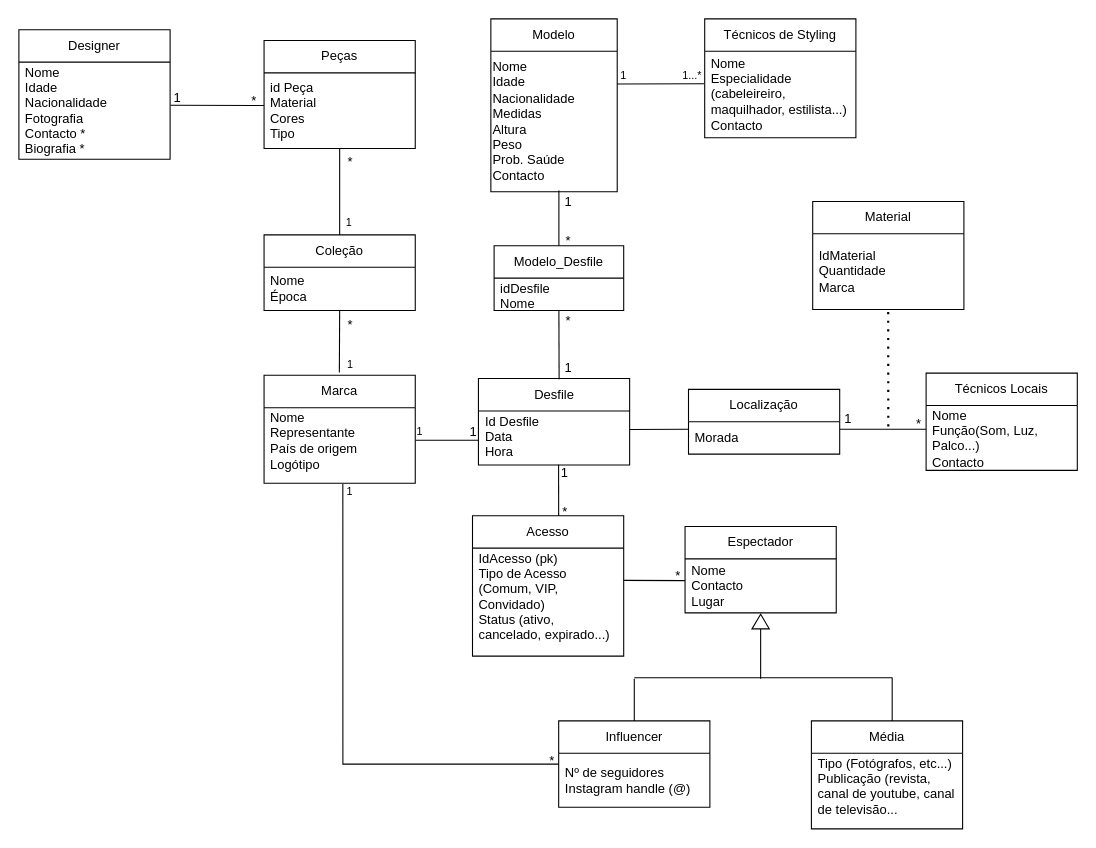
le0nor/BD2425-707 keeps this draw.io diagram as uml_database.drawio. Above is the earlier version. Source tidied: cells renumbered, new cells numbered last; positions are measured from the earlier drawing's top-left corner, leaving out a move shared by most shapes. Both pictures are drawn from the tidied source at 108%, with x=0, y=0 at pixel (18, 18).
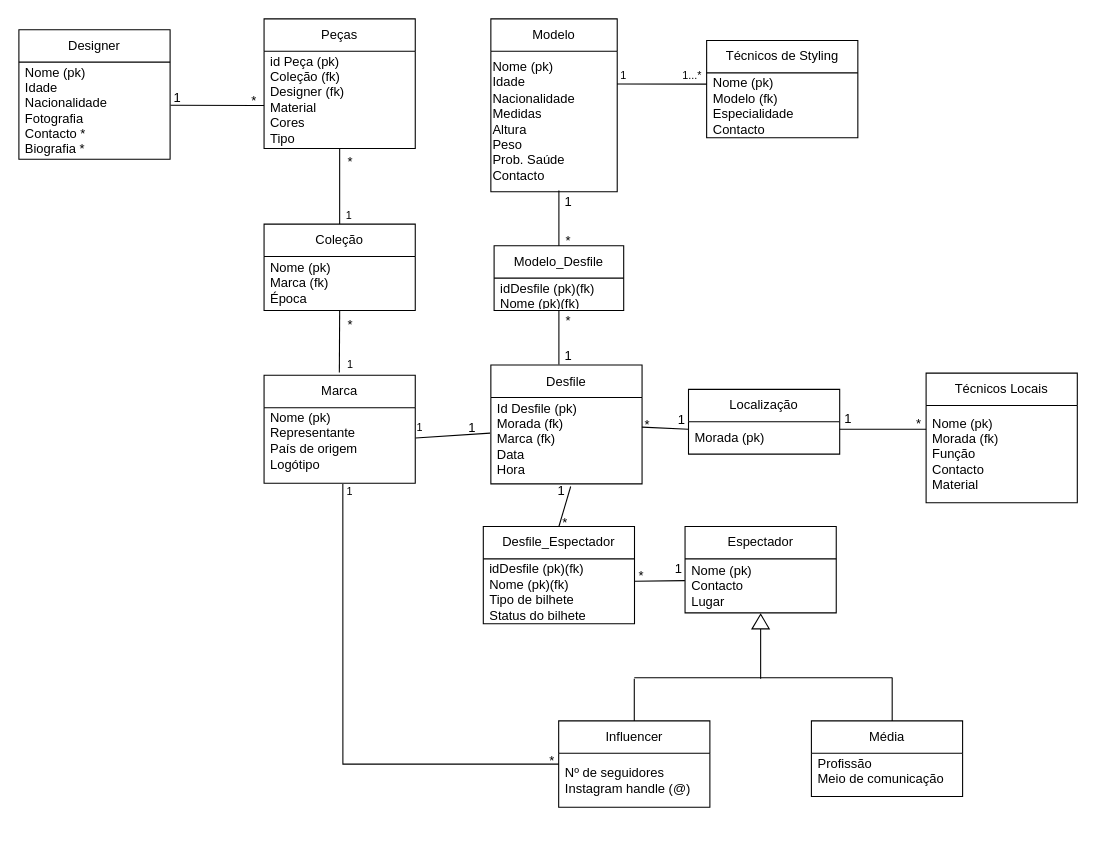
The same diagram, later.

Unchanged cells that the change refers to:
```xml
<mxCell id="2" value="Marca" style="swimlane;fontStyle=0;horizontal=1;startSize=30;whiteSpace=wrap;html=1;" parent="1" vertex="1">
  <mxGeometry x="227" y="330" width="140" height="100" as="geometry" />
</mxCell>
<mxCell id="10" value="Designer" style="swimlane;fontStyle=0;horizontal=1;startSize=30;whiteSpace=wrap;html=1;" parent="1" vertex="1">
  <mxGeometry y="10" width="140" height="120" as="geometry" />
</mxCell>
<mxCell id="31" value="Modelo" style="swimlane;fontStyle=0;horizontal=1;startSize=30;whiteSpace=wrap;html=1;" parent="1" vertex="1">
  <mxGeometry x="437" width="117" height="160" as="geometry" />
</mxCell>
<mxCell id="34" value="Espectador" style="swimlane;fontStyle=0;horizontal=1;startSize=30;whiteSpace=wrap;html=1;" parent="1" vertex="1">
  <mxGeometry x="616.8" y="470" width="140" height="80" as="geometry" />
</mxCell>
<mxCell id="48" value="&lt;span style=&quot;font-size: 10px;&quot;&gt;1...*&lt;/span&gt;" style="text;html=1;align=center;verticalAlign=middle;whiteSpace=wrap;rounded=0;" parent="1" vertex="1">
  <mxGeometry x="614.8" y="48" width="17" height="8" as="geometry" />
</mxCell>
<mxCell id="53" value="Modelo_Desfile" style="swimlane;fontStyle=0;horizontal=1;startSize=30;whiteSpace=wrap;html=1;" parent="1" vertex="1">
  <mxGeometry x="440" y="210" width="120" height="60" as="geometry" />
</mxCell>
<mxCell id="64" value="Localização" style="swimlane;fontStyle=0;horizontal=1;startSize=30;whiteSpace=wrap;html=1;" parent="1" vertex="1">
  <mxGeometry x="620" y="343" width="140" height="60" as="geometry" />
</mxCell>
```

Change to the diagram source:
```diff
@@
-    <mxCell id="3" value="Nome&lt;div&gt;Representante&amp;nbsp;&lt;/div&gt;&lt;div&gt;País de origem&lt;/div&gt;&lt;div&gt;Logótipo&lt;/div&gt;&lt;div&gt;&lt;br&gt;&lt;/div&gt;" style="text;strokeColor=none;fillColor=none;align=left;verticalAlign=middle;spacingLeft=4;spacingRight=4;overflow=hidden;points=[[0,0.5],[1,0.5]];portConstraint=eastwest;whiteSpace=wrap;html=1;" parent="2" vertex="1">
+    <mxCell id="3" value="Nome (pk)&lt;div&gt;Representante&amp;nbsp;&lt;/div&gt;&lt;div&gt;País de origem&lt;/div&gt;&lt;div&gt;Logótipo&lt;/div&gt;&lt;div&gt;&lt;br&gt;&lt;/div&gt;" style="text;strokeColor=none;fillColor=none;align=left;verticalAlign=middle;spacingLeft=4;spacingRight=4;overflow=hidden;points=[[0,0.5],[1,0.5]];portConstraint=eastwest;whiteSpace=wrap;html=1;" parent="2" vertex="1">
       <mxGeometry y="30" width="140" height="70" as="geometry" />
     </mxCell>
     <mxCell id="4" value="Desfile" style="swimlane;fontStyle=0;horizontal=1;startSize=30;whiteSpace=wrap;html=1;" parent="1" vertex="1">
-      <mxGeometry x="425.5" y="333" width="140" height="80" as="geometry" />
+      <mxGeometry x="437" y="320.5" width="140" height="110" as="geometry" />
     </mxCell>
-    <mxCell id="5" value="&lt;div&gt;&lt;span style=&quot;background-color: initial;&quot;&gt;Id Desfile&lt;/span&gt;&lt;br&gt;&lt;/div&gt;Data&amp;nbsp;&lt;div&gt;Hora&lt;/div&gt;&lt;div&gt;&lt;br&gt;&lt;/div&gt;" style="text;strokeColor=none;fillColor=none;align=left;verticalAlign=middle;spacingLeft=4;spacingRight=4;overflow=hidden;points=[[0,0.5],[1,0.5]];portConstraint=eastwest;whiteSpace=wrap;html=1;" parent="4" vertex="1">
-      <mxGeometry y="30" width="140" height="50" as="geometry" />
+    <mxCell id="5" value="&lt;div&gt;&lt;span style=&quot;background-color: initial;&quot;&gt;Id Desfile (pk&lt;/span&gt;&lt;span style=&quot;background-color: initial;&quot;&gt;)&lt;/span&gt;&lt;/div&gt;&lt;div&gt;&lt;span style=&quot;background-color: initial;&quot;&gt;Morada (fk)&lt;/span&gt;&lt;/div&gt;&lt;div&gt;&lt;span style=&quot;background-color: initial;&quot;&gt;Marca (fk)&lt;/span&gt;&lt;/div&gt;Data&amp;nbsp;&lt;div&gt;Hora&lt;/div&gt;&lt;div&gt;&lt;br&gt;&lt;/div&gt;" style="text;strokeColor=none;fillColor=none;align=left;verticalAlign=middle;spacingLeft=4;spacingRight=4;overflow=hidden;points=[[0,0.5],[1,0.5]];portConstraint=eastwest;whiteSpace=wrap;html=1;" parent="4" vertex="1">
+      <mxGeometry y="30" width="140" height="80" as="geometry" />
     </mxCell>
     <mxCell id="6" value="Coleção" style="swimlane;fontStyle=0;horizontal=1;startSize=30;whiteSpace=wrap;html=1;" parent="1" vertex="1">
-      <mxGeometry x="227" y="200" width="140" height="70" as="geometry" />
+      <mxGeometry x="227" y="190" width="140" height="80" as="geometry" />
     </mxCell>
-    <mxCell id="7" value="Nome&lt;div&gt;Época&lt;/div&gt;" style="text;strokeColor=none;fillColor=none;align=left;verticalAlign=middle;spacingLeft=4;spacingRight=4;overflow=hidden;whiteSpace=wrap;html=1;" parent="6" vertex="1">
-      <mxGeometry y="30" width="140" height="40" as="geometry" />
+    <mxCell id="7" value="Nome (pk)&lt;div&gt;Marca (fk)&lt;br&gt;&lt;div&gt;Época&lt;/div&gt;&lt;/div&gt;" style="text;strokeColor=none;fillColor=none;align=left;verticalAlign=middle;spacingLeft=4;spacingRight=4;overflow=hidden;whiteSpace=wrap;html=1;" parent="6" vertex="1">
+      <mxGeometry y="30" width="140" height="50" as="geometry" />
     </mxCell>
     <mxCell id="8" value="Peças" style="swimlane;fontStyle=0;horizontal=1;startSize=30;whiteSpace=wrap;html=1;" parent="1" vertex="1">
-      <mxGeometry x="227" y="20" width="140" height="100" as="geometry" />
+      <mxGeometry x="227" width="140" height="120" as="geometry" />
     </mxCell>
-    <mxCell id="9" value="id Peça&lt;div&gt;Material&amp;nbsp;&lt;/div&gt;&lt;div&gt;Cores&amp;nbsp;&lt;/div&gt;&lt;div&gt;Tipo&lt;/div&gt;" style="text;strokeColor=none;fillColor=none;align=left;verticalAlign=middle;spacingLeft=4;spacingRight=4;overflow=hidden;whiteSpace=wrap;html=1;" parent="8" vertex="1">
-      <mxGeometry y="30" width="140" height="70" as="geometry" />
+    <mxCell id="9" value="id Peça (pk)&lt;div&gt;Coleção (fk)&lt;/div&gt;&lt;div&gt;Designer (fk)&lt;br&gt;&lt;div&gt;Material&amp;nbsp;&lt;/div&gt;&lt;div&gt;Cores&amp;nbsp;&lt;/div&gt;&lt;div&gt;Tipo&lt;/div&gt;&lt;/div&gt;" style="text;strokeColor=none;fillColor=none;align=left;verticalAlign=middle;spacingLeft=4;spacingRight=4;overflow=hidden;whiteSpace=wrap;html=1;" parent="8" vertex="1">
+      <mxGeometry y="30" width="140" height="90" as="geometry" />
     </mxCell>
@@
-    <mxCell id="11" value="Nome&lt;div&gt;Idade&lt;/div&gt;&lt;div&gt;Nacionalidade&lt;/div&gt;&lt;div&gt;Fotografia&lt;/div&gt;&lt;div&gt;Contacto *&lt;/div&gt;&lt;div&gt;Biografia *&lt;/div&gt;" style="text;strokeColor=none;fillColor=none;align=left;verticalAlign=middle;spacingLeft=4;spacingRight=4;overflow=hidden;points=[[0,0.5],[1,0.5]];portConstraint=eastwest;whiteSpace=wrap;html=1;" parent="10" vertex="1">
+    <mxCell id="11" value="Nome (pk)&lt;div&gt;Idade&lt;/div&gt;&lt;div&gt;Nacionalidade&lt;/div&gt;&lt;div&gt;Fotografia&lt;/div&gt;&lt;div&gt;Contacto *&lt;/div&gt;&lt;div&gt;Biografia *&lt;/div&gt;" style="text;strokeColor=none;fillColor=none;align=left;verticalAlign=middle;spacingLeft=4;spacingRight=4;overflow=hidden;points=[[0,0.5],[1,0.5]];portConstraint=eastwest;whiteSpace=wrap;html=1;" parent="10" vertex="1">
       <mxGeometry y="30" width="140" height="90" as="geometry" />
     </mxCell>
@@
     <mxCell id="14" value="Técnicos de Styling" style="swimlane;fontStyle=0;horizontal=1;startSize=30;whiteSpace=wrap;html=1;" parent="1" vertex="1">
-      <mxGeometry x="635" width="140" height="110" as="geometry" />
+      <mxGeometry x="636.8" y="20" width="140" height="90" as="geometry" />
     </mxCell>
-    <mxCell id="15" value="Nome&lt;div&gt;Especialidade (cabeleireiro, maquilhador, estilista...)&lt;/div&gt;&lt;div&gt;Contacto&lt;/div&gt;" style="text;strokeColor=none;fillColor=none;align=left;verticalAlign=middle;spacingLeft=4;spacingRight=4;overflow=hidden;whiteSpace=wrap;html=1;" parent="14" vertex="1">
-      <mxGeometry y="30" width="140" height="80" as="geometry" />
+    <mxCell id="15" value="Nome (pk)&lt;div&gt;Modelo (fk)&lt;br&gt;&lt;div&gt;Especialidade&lt;/div&gt;&lt;div&gt;Contacto&lt;/div&gt;&lt;/div&gt;" style="text;strokeColor=none;fillColor=none;align=left;verticalAlign=middle;spacingLeft=4;spacingRight=4;overflow=hidden;whiteSpace=wrap;html=1;" parent="14" vertex="1">
+      <mxGeometry y="30" width="140" height="60" as="geometry" />
     </mxCell>
-    <mxCell id="16" style="endArrow=none;html=1;rounded=0;exitX=1.002;exitY=0.345;exitDx=0;exitDy=0;entryX=0;entryY=0.543;entryDx=0;entryDy=0;entryPerimeter=0;exitPerimeter=0;" parent="1" edge="1" target="5">
+    <mxCell id="16" style="endArrow=none;html=1;rounded=0;exitX=1.002;exitY=0.345;exitDx=0;exitDy=0;entryX=-0.005;entryY=0.413;entryDx=0;entryDy=0;entryPerimeter=0;exitPerimeter=0;" parent="1" edge="1" target="5">
       <mxGeometry relative="1" as="geometry">
-        <mxPoint x="367.3" y="390.1" as="sourcePoint" />
+        <mxPoint x="367.3" y="388.1" as="sourcePoint" />
       </mxGeometry>
     </mxCell>
@@
     <mxCell id="23" value="Média" style="swimlane;fontStyle=0;horizontal=1;startSize=30;whiteSpace=wrap;html=1;" parent="1" vertex="1">
-      <mxGeometry x="733.8" y="650" width="140" height="100" as="geometry" />
+      <mxGeometry x="733.8" y="650" width="140" height="70" as="geometry" />
     </mxCell>
-    <mxCell id="24" value="&lt;div&gt;&lt;span style=&quot;background-color: initial;&quot;&gt;Tipo (Fotógrafos, etc...)&lt;/span&gt;&lt;br&gt;&lt;/div&gt;&lt;div&gt;&lt;div&gt;Publicação (revista, canal de youtube, canal de televisão...&lt;/div&gt;&lt;div&gt;&lt;br&gt;&lt;/div&gt;&lt;/div&gt;" style="text;strokeColor=none;fillColor=none;align=left;verticalAlign=middle;spacingLeft=4;spacingRight=4;overflow=hidden;whiteSpace=wrap;html=1;" parent="23" vertex="1">
-      <mxGeometry y="30" width="140" height="70" as="geometry" />
+    <mxCell id="24" value="&lt;div&gt;Profissão&lt;/div&gt;&lt;div&gt;Meio de comunicação&lt;/div&gt;&lt;div&gt;&lt;div&gt;&lt;br&gt;&lt;/div&gt;&lt;/div&gt;" style="text;strokeColor=none;fillColor=none;align=left;verticalAlign=middle;spacingLeft=4;spacingRight=4;overflow=hidden;whiteSpace=wrap;html=1;" parent="23" vertex="1">
+      <mxGeometry y="30" width="140" height="40" as="geometry" />
     </mxCell>
-    <mxCell id="25" value="Acesso" style="swimlane;fontStyle=0;horizontal=1;startSize=30;whiteSpace=wrap;html=1;" parent="1" vertex="1">
-      <mxGeometry x="420" y="460" width="140" height="130" as="geometry" />
+    <mxCell id="25" value="Desfile_Espectador" style="swimlane;fontStyle=0;horizontal=1;startSize=30;whiteSpace=wrap;html=1;" parent="1" vertex="1">
+      <mxGeometry x="430" y="470" width="140" height="90" as="geometry" />
     </mxCell>
-    <mxCell id="26" value="IdAcesso (pk)&lt;div&gt;Tipo de Acesso (Comum, VIP, Convidado)&lt;/div&gt;&lt;div&gt;Status (ativo, cancelado, expirado...)&lt;/div&gt;&lt;div&gt;&lt;br&gt;&lt;/div&gt;" style="text;strokeColor=none;fillColor=none;align=left;verticalAlign=middle;spacingLeft=4;spacingRight=4;overflow=hidden;points=[[0,0.5],[1,0.5]];portConstraint=eastwest;whiteSpace=wrap;html=1;" parent="25" vertex="1">
-      <mxGeometry y="30" width="140" height="100" as="geometry" />
+    <mxCell id="26" value="&lt;div&gt;idDesfile (pk)(fk)&lt;/div&gt;&lt;div&gt;Nome (pk)(fk)&lt;/div&gt;&lt;div&gt;Tipo de bilhete&lt;/div&gt;&lt;div&gt;Status do bilhete&lt;/div&gt;" style="text;strokeColor=none;fillColor=none;align=left;verticalAlign=middle;spacingLeft=4;spacingRight=4;overflow=hidden;points=[[0,0.5],[1,0.5]];portConstraint=eastwest;whiteSpace=wrap;html=1;" parent="25" vertex="1">
+      <mxGeometry y="30" width="140" height="60" as="geometry" />
     </mxCell>
     <mxCell id="27" value="Técnicos Locais" style="swimlane;fontStyle=0;horizontal=1;startSize=30;whiteSpace=wrap;html=1;" parent="1" vertex="1">
-      <mxGeometry x="840" y="328" width="140" height="90" as="geometry" />
+      <mxGeometry x="840" y="328" width="140" height="120" as="geometry" />
     </mxCell>
-    <mxCell id="28" value="Nome&lt;div&gt;Função(Som, Luz, Palco...)&lt;/div&gt;&lt;div&gt;Contacto&lt;/div&gt;" style="text;strokeColor=none;fillColor=none;align=left;verticalAlign=middle;spacingLeft=4;spacingRight=4;overflow=hidden;whiteSpace=wrap;html=1;" parent="27" vertex="1">
-      <mxGeometry y="30" width="140" height="60" as="geometry" />
+    <mxCell id="28" value="Nome (pk)&lt;div&gt;Morada (fk)&lt;br&gt;&lt;div&gt;Função&lt;/div&gt;&lt;div&gt;Contacto&lt;/div&gt;&lt;div&gt;Material&lt;/div&gt;&lt;/div&gt;" style="text;strokeColor=none;fillColor=none;align=left;verticalAlign=middle;spacingLeft=4;spacingRight=4;overflow=hidden;whiteSpace=wrap;html=1;" parent="27" vertex="1">
+      <mxGeometry y="30" width="140" height="90" as="geometry" />
     </mxCell>
-    <mxCell id="29" value="Material" style="swimlane;fontStyle=0;horizontal=1;startSize=30;whiteSpace=wrap;html=1;" parent="1" vertex="1">
-      <mxGeometry x="735" y="169" width="140" height="100" as="geometry" />
-    </mxCell>
-    <mxCell id="30" value="IdMaterial&lt;div&gt;Quantidade&lt;/div&gt;&lt;div&gt;Marca&lt;/div&gt;" style="text;strokeColor=none;fillColor=none;align=left;verticalAlign=middle;spacingLeft=4;spacingRight=4;overflow=hidden;whiteSpace=wrap;html=1;" parent="29" vertex="1">
-      <mxGeometry y="30" width="140" height="70" as="geometry" />
-    </mxCell>
@@
-    <mxCell id="32" value="&lt;div style=&quot;&quot;&gt;Nome&lt;div&gt;Idade&amp;nbsp;&lt;/div&gt;&lt;div&gt;Nacionalidade&lt;/div&gt;&lt;div&gt;Medidas&lt;/div&gt;&lt;div&gt;Altura&amp;nbsp;&lt;/div&gt;&lt;div&gt;Peso&lt;/div&gt;&lt;div&gt;Prob. Saúde&lt;/div&gt;&lt;div&gt;Contacto&lt;/div&gt;&lt;/div&gt;" style="text;html=1;align=left;verticalAlign=middle;points=[];strokeColor=none;fillColor=none;" parent="31" vertex="1">
+    <mxCell id="32" value="&lt;div style=&quot;&quot;&gt;Nome (pk)&lt;div&gt;Idade&amp;nbsp;&lt;/div&gt;&lt;div&gt;Nacionalidade&lt;/div&gt;&lt;div&gt;Medidas&lt;/div&gt;&lt;div&gt;Altura&amp;nbsp;&lt;/div&gt;&lt;div&gt;Peso&lt;/div&gt;&lt;div&gt;Prob. Saúde&lt;/div&gt;&lt;div&gt;Contacto&lt;/div&gt;&lt;/div&gt;" style="text;html=1;align=left;verticalAlign=middle;points=[];strokeColor=none;fillColor=none;" parent="31" vertex="1">
       <mxGeometry y="30" width="117" height="130" as="geometry" />
     </mxCell>
@@
-    <mxCell id="35" value="Nome&lt;div&gt;Contacto&lt;/div&gt;&lt;div&gt;Lugar&lt;/div&gt;" style="text;strokeColor=none;fillColor=none;align=left;verticalAlign=middle;spacingLeft=4;spacingRight=4;overflow=hidden;points=[[0,0.5],[1,0.5]];portConstraint=eastwest;whiteSpace=wrap;html=1;" parent="34" vertex="1">
+    <mxCell id="35" value="Nome (pk)&lt;div&gt;Contacto&lt;/div&gt;&lt;div&gt;Lugar&lt;/div&gt;" style="text;strokeColor=none;fillColor=none;align=left;verticalAlign=middle;spacingLeft=4;spacingRight=4;overflow=hidden;points=[[0,0.5],[1,0.5]];portConstraint=eastwest;whiteSpace=wrap;html=1;" parent="34" vertex="1">
       <mxGeometry y="30" width="140" height="50" as="geometry" />
     </mxCell>
@@
     <mxCell id="38" value="*" style="text;html=1;align=center;verticalAlign=middle;whiteSpace=wrap;rounded=0;" parent="1" vertex="1">
-      <mxGeometry x="605" y="515" width="10.8" as="geometry" />
+      <mxGeometry x="571" y="515" width="10.8" as="geometry" />
     </mxCell>
@@
     <mxCell id="41" value="&lt;font style=&quot;font-size: 10px;&quot;&gt;1&lt;/font&gt;" style="text;html=1;align=center;verticalAlign=middle;whiteSpace=wrap;rounded=0;" parent="1" vertex="1">
-      <mxGeometry x="368" y="380.5" width="7" height="2" as="geometry" />
+      <mxGeometry x="368" y="376.5" width="7" height="2" as="geometry" />
     </mxCell>
@@
     <mxCell id="44" value="&lt;font style=&quot;font-size: 10px;&quot;&gt;1&lt;/font&gt;" style="text;html=1;align=center;verticalAlign=middle;whiteSpace=wrap;rounded=0;" parent="1" vertex="1">
-      <mxGeometry x="276" y="173" width="60" height="30" as="geometry" />
+      <mxGeometry x="276" y="167" width="60" height="30" as="geometry" />
     </mxCell>
@@
-    <mxCell id="52" style="endArrow=none;html=1;rounded=0;exitX=0.998;exitY=0.233;exitDx=0;exitDy=0;entryX=-0.005;entryY=0.338;entryDx=0;entryDy=0;entryPerimeter=0;exitPerimeter=0;" parent="1" edge="1" source="32">
-      <mxGeometry relative="1" as="geometry">
-        <mxPoint x="634.3" y="60" as="targetPoint" />
-      </mxGeometry>
+    <mxCell id="52" style="endArrow=none;html=1;rounded=0;exitX=0.998;exitY=0.233;exitDx=0;exitDy=0;entryX=1.311;entryY=1.552;entryDx=0;entryDy=0;entryPerimeter=0;exitPerimeter=0;" parent="1" edge="1" source="32" target="48">
+      <mxGeometry relative="1" as="geometry" />
     </mxCell>
@@
-    <mxCell id="54" value="idDesfile&lt;div&gt;Nome&amp;nbsp;&lt;/div&gt;" style="text;strokeColor=none;fillColor=none;align=left;verticalAlign=middle;spacingLeft=4;spacingRight=4;overflow=hidden;whiteSpace=wrap;html=1;" parent="53" vertex="1">
+    <mxCell id="54" value="idDesfile (pk)(fk)&lt;div&gt;Nome (pk)(fk)&lt;/div&gt;" style="text;strokeColor=none;fillColor=none;align=left;verticalAlign=middle;spacingLeft=4;spacingRight=4;overflow=hidden;whiteSpace=wrap;html=1;" parent="53" vertex="1">
       <mxGeometry y="30" width="120" height="30" as="geometry" />
     </mxCell>
@@
-    <mxCell id="57" style="endArrow=none;html=1;rounded=0;exitX=0.354;exitY=0.987;exitDx=0;exitDy=0;exitPerimeter=0;" parent="1" edge="1">
+    <mxCell id="57" style="endArrow=none;html=1;rounded=0;" parent="1" edge="1">
       <mxGeometry relative="1" as="geometry">
-        <mxPoint x="500.2" y="333.6" as="sourcePoint" />
+        <mxPoint x="500" y="320" as="sourcePoint" />
         <mxPoint x="500" y="270" as="targetPoint" />
       </mxGeometry>
     </mxCell>
     <mxCell id="58" value="1" style="text;html=1;align=center;verticalAlign=middle;whiteSpace=wrap;rounded=0;" parent="1" vertex="1">
-      <mxGeometry x="479" y="308" width="60" height="30" as="geometry" />
+      <mxGeometry x="504.1" y="296.5" width="9.8" height="30" as="geometry" />
     </mxCell>
@@
     <mxCell id="62" value="1" style="text;html=1;align=center;verticalAlign=middle;whiteSpace=wrap;rounded=0;" parent="1" vertex="1">
-      <mxGeometry x="418" y="379.5" width="6" height="6" as="geometry" />
+      <mxGeometry x="417" y="375.5" width="6" height="6" as="geometry" />
     </mxCell>
@@
-    <mxCell id="65" value="Morada" style="text;strokeColor=none;fillColor=none;align=left;verticalAlign=middle;spacingLeft=4;spacingRight=4;overflow=hidden;points=[[0,0.5],[1,0.5]];portConstraint=eastwest;whiteSpace=wrap;html=1;" parent="64" vertex="1">
+    <mxCell id="65" value="Morada (pk)" style="text;strokeColor=none;fillColor=none;align=left;verticalAlign=middle;spacingLeft=4;spacingRight=4;overflow=hidden;points=[[0,0.5],[1,0.5]];portConstraint=eastwest;whiteSpace=wrap;html=1;" parent="64" vertex="1">
       <mxGeometry y="30" width="140" height="30" as="geometry" />
     </mxCell>
-    <mxCell id="66" style="endArrow=none;html=1;rounded=0;exitX=1;exitY=0.299;exitDx=0;exitDy=0;exitPerimeter=0;entryX=-0.001;entryY=0.403;entryDx=0;entryDy=0;entryPerimeter=0;" parent="1" edge="1" source="26" target="35">
+    <mxCell id="66" style="endArrow=none;html=1;rounded=0;entryX=-0.001;entryY=0.403;entryDx=0;entryDy=0;entryPerimeter=0;exitX=0.999;exitY=0.346;exitDx=0;exitDy=0;exitPerimeter=0;" parent="1" edge="1" source="26" target="35">
       <mxGeometry relative="1" as="geometry" />
     </mxCell>
     <mxCell id="67" value="1" style="text;html=1;align=center;verticalAlign=middle;whiteSpace=wrap;rounded=0;" parent="1" vertex="1">
-      <mxGeometry x="501.5" y="415" width="7" height="11" as="geometry" />
+      <mxGeometry x="498.5" y="431" width="7" height="11" as="geometry" />
     </mxCell>
-    <mxCell id="68" style="endArrow=none;dashed=1;html=1;dashPattern=1 3;strokeWidth=2;rounded=0;exitX=0.578;exitY=1.005;exitDx=0;exitDy=0;exitPerimeter=0;" parent="1" edge="1">
-      <mxGeometry relative="1" as="geometry">
-        <mxPoint x="804.9" y="271.4" as="sourcePoint" />
-        <mxPoint x="805" y="382" as="targetPoint" />
-      </mxGeometry>
-    </mxCell>
@@
-    <mxCell id="70" style="endArrow=none;html=1;rounded=0;entryX=0.57;entryY=0.009;entryDx=0;entryDy=0;entryPerimeter=0;exitX=0.53;exitY=1.019;exitDx=0;exitDy=0;exitPerimeter=0;" parent="1" edge="1">
-      <mxGeometry relative="1" as="geometry">
-        <mxPoint x="499.7" y="412.9" as="sourcePoint" />
-        <mxPoint x="499.8" y="460.2" as="targetPoint" />
-      </mxGeometry>
+    <mxCell id="70" style="endArrow=none;html=1;rounded=0;entryX=0.5;entryY=0;entryDx=0;entryDy=0;exitX=0.528;exitY=1.031;exitDx=0;exitDy=0;exitPerimeter=0;" parent="1" edge="1" source="5" target="25">
+      <mxGeometry relative="1" as="geometry" />
     </mxCell>
     <mxCell id="71" value="*" style="text;html=1;align=center;verticalAlign=middle;whiteSpace=wrap;rounded=0;" parent="1" vertex="1">
-      <mxGeometry x="500.8" y="456" width="10" height="2" as="geometry" />
+      <mxGeometry x="500.8" y="466" width="10" height="2" as="geometry" />
     </mxCell>
+    <mxCell id="72" value="1" style="text;html=1;align=center;verticalAlign=middle;whiteSpace=wrap;rounded=0;" parent="1" vertex="1">
+      <mxGeometry x="596" y="500" width="30" height="20" as="geometry" />
+    </mxCell>
+    <mxCell id="73" value="1" style="text;html=1;align=center;verticalAlign=middle;whiteSpace=wrap;rounded=0;" parent="1" vertex="1">
+      <mxGeometry x="606.8" y="367" width="14" height="10" as="geometry" />
+    </mxCell>
+    <mxCell id="74" value="*" style="text;html=1;align=center;verticalAlign=middle;whiteSpace=wrap;rounded=0;" parent="1" vertex="1">
+      <mxGeometry x="576.5" y="368" width="10" height="15" as="geometry" />
+    </mxCell>
```
